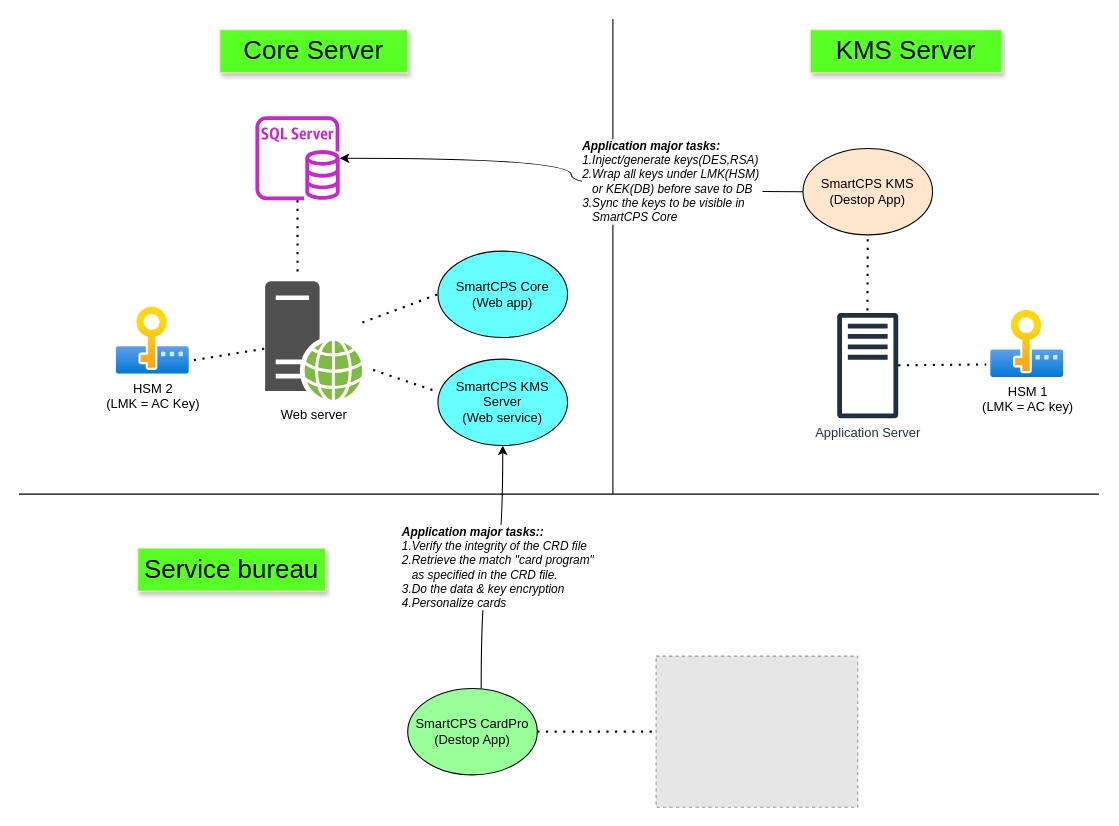
The draw.io diagram page "smartcps system overview" (2 of 2) of dz-perso-system.drawio in delphihero/MyDocument, before the edit. Source tidied: cells renumbered, new cells numbered last; positions are measured from the earlier drawing's top-left corner, leaving out a move shared by most shapes. Both pictures are drawn from the tidied source at 108%, with x=0, y=0 at pixel (18, 18). Pictures stored in the file or linked from it are replaced by grey dashed boxes.
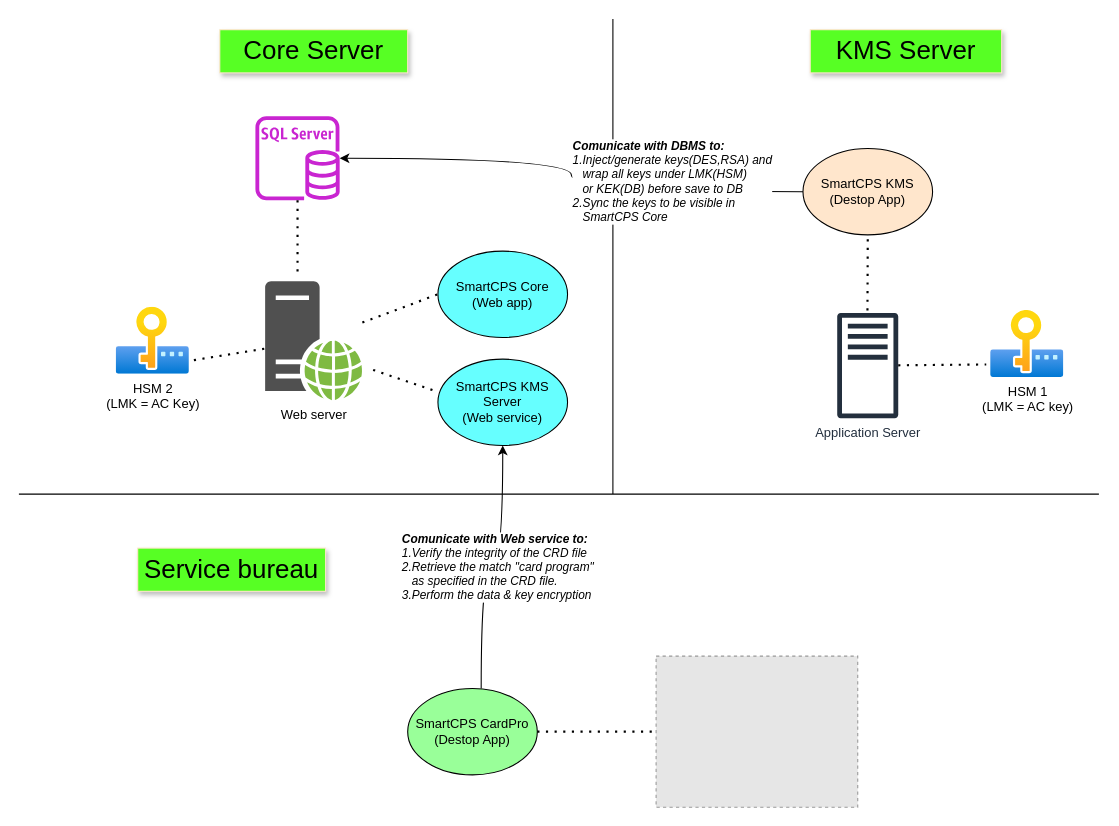
Above is the later version.

Unchanged cells that the change refers to:
```xml
<mxCell id="5" style="edgeStyle=orthogonalEdgeStyle;curved=1;rounded=0;jettySize=auto;html=1;" parent="1" edge="1" source="7" target="13">
  <mxGeometry relative="1" as="geometry" />
</mxCell>
<mxCell id="8" style="rounded=0;jettySize=auto;html=1;entryX=0.5;entryY=1;entryDx=0;entryDy=0;exitX=0.567;exitY=0;exitDx=0;exitDy=0;exitPerimeter=0;edgeStyle=orthogonalEdgeStyle;curved=1;" parent="1" edge="1" source="10" target="4">
  <mxGeometry relative="1" as="geometry" />
</mxCell>
```

Change to the diagram source:
```diff
@@
-    <mxCell id="6" value="&lt;div&gt;&lt;div align=&quot;left&quot;&gt;&lt;i&gt;&lt;b&gt;Application major tasks:&lt;br&gt;&lt;/b&gt;&lt;/i&gt;&lt;/div&gt;&lt;div align=&quot;left&quot;&gt;&lt;i&gt;1.Inject/generate keys(DES,RSA)&lt;/i&gt;&lt;br&gt;&lt;/div&gt;&lt;div align=&quot;left&quot;&gt;&lt;i&gt;2.Wrap all keys under LMK(HSM)&amp;nbsp;&lt;/i&gt;&lt;/div&gt;&lt;div align=&quot;left&quot;&gt;&lt;i&gt;&amp;nbsp;&amp;nbsp; or KEK(DB) before save to DB&lt;/i&gt;&lt;br&gt;&lt;/div&gt;&lt;/div&gt;&lt;div align=&quot;left&quot;&gt;&lt;i&gt;3.Sync the keys to be visible in&amp;nbsp;&lt;/i&gt;&lt;/div&gt;&lt;div align=&quot;left&quot;&gt;&lt;i&gt;&amp;nbsp;&amp;nbsp; SmartCPS Core&lt;br&gt;&lt;/i&gt;&lt;/div&gt;" style="edgeLabel;html=1;align=center;verticalAlign=middle;fillColor=#FF9999;strokeColor=#000099;" parent="5" vertex="1">
+    <mxCell id="6" value="&lt;div&gt;&lt;div align=&quot;left&quot;&gt;&lt;i&gt;&lt;b&gt;Comunicate with DBMS to:&lt;br&gt;&lt;/b&gt;&lt;/i&gt;&lt;/div&gt;&lt;div align=&quot;left&quot;&gt;&lt;i&gt;1.Inject/generate keys(DES,RSA) and&lt;/i&gt;&lt;br&gt;&lt;/div&gt;&lt;div align=&quot;left&quot;&gt;&lt;i&gt;&amp;nbsp;&amp;nbsp; wrap all keys under LMK(HSM)&amp;nbsp;&lt;/i&gt;&lt;/div&gt;&lt;div align=&quot;left&quot;&gt;&lt;i&gt;&amp;nbsp;&amp;nbsp; or KEK(DB) before save to DB&lt;/i&gt;&lt;br&gt;&lt;/div&gt;&lt;/div&gt;&lt;div align=&quot;left&quot;&gt;&lt;i&gt;2.Sync the keys to be visible in&amp;nbsp;&lt;/i&gt;&lt;/div&gt;&lt;div align=&quot;left&quot;&gt;&lt;i&gt;&amp;nbsp;&amp;nbsp; SmartCPS Core&lt;br&gt;&lt;/i&gt;&lt;/div&gt;" style="edgeLabel;html=1;align=center;verticalAlign=middle;fillColor=#FF9999;strokeColor=#000099;" parent="5" vertex="1">
       <mxGeometry x="-0.64" y="1" relative="1" as="geometry">
         <mxPoint x="-39" y="-11" as="offset" />
       </mxGeometry>
     </mxCell>
@@
-    <mxCell id="9" value="&lt;div align=&quot;left&quot;&gt;&lt;i&gt;&lt;b&gt;Application major tasks:&lt;/b&gt;&lt;/i&gt;&lt;i&gt;&lt;b&gt;:&lt;br&gt;&lt;/b&gt;&lt;/i&gt;&lt;/div&gt;&lt;div align=&quot;left&quot;&gt;&lt;i&gt;1.Verify the integrity of the CRD file&lt;/i&gt;&lt;/div&gt;&lt;div align=&quot;left&quot;&gt;&lt;i&gt;2.Retrieve the match &quot;card program&quot;&amp;nbsp;&lt;/i&gt;&lt;/div&gt;&lt;div align=&quot;left&quot;&gt;&lt;i&gt;&amp;nbsp;&amp;nbsp; as specified in the CRD file.&lt;br&gt;3.Do the data &amp;amp; key encryption&lt;br&gt;&lt;/i&gt;&lt;/div&gt;&lt;div align=&quot;left&quot;&gt;&lt;i&gt;4.Personalize cards&lt;br&gt;&lt;/i&gt;&lt;/div&gt;" style="edgeLabel;html=1;align=center;verticalAlign=middle;" parent="8" vertex="1">
+    <mxCell id="9" value="&lt;div align=&quot;left&quot;&gt;&lt;i&gt;&lt;b&gt;Comunicate with Web service to&lt;/b&gt;&lt;/i&gt;&lt;i&gt;&lt;b&gt;:&lt;br&gt;&lt;/b&gt;&lt;/i&gt;&lt;/div&gt;&lt;div align=&quot;left&quot;&gt;&lt;i&gt;1.Verify the integrity of the CRD file&lt;/i&gt;&lt;/div&gt;&lt;div align=&quot;left&quot;&gt;&lt;i&gt;2.Retrieve the match &quot;card program&quot;&amp;nbsp;&lt;/i&gt;&lt;/div&gt;&lt;div align=&quot;left&quot;&gt;&lt;i&gt;&amp;nbsp;&amp;nbsp; as specified in the CRD file.&lt;br&gt;3.Perform the data &amp;amp; key encryption&lt;br&gt;&lt;/i&gt;&lt;/div&gt;" style="edgeLabel;html=1;align=center;verticalAlign=middle;" parent="8" vertex="1">
       <mxGeometry x="0.05" y="1" relative="1" as="geometry">
         <mxPoint y="1" as="offset" />
       </mxGeometry>
     </mxCell>
```
